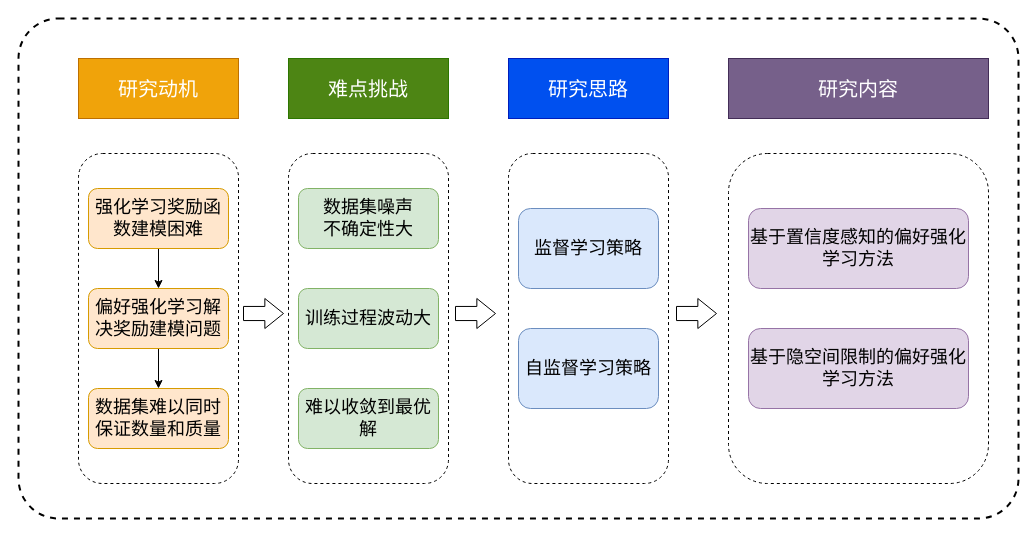
The draw.io diagram 研究过程关系图.drawio in gyh-ustc/Graduation-Dissertation, before the edit. Source tidied: cells renumbered, new cells numbered last; positions are measured from the earlier drawing's top-left corner, leaving out a move shared by most shapes. Both pictures are drawn from the tidied source at 100%, with x=0, y=0 at pixel (18, 18).
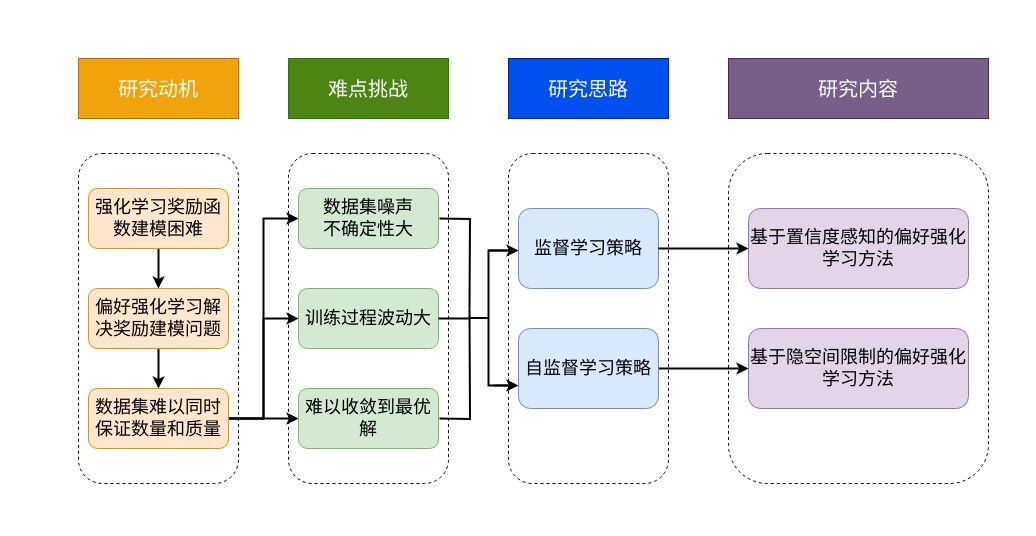
The same diagram, later.

Commit message:
更新研究过程关系图.drawio

Unchanged cells that the change refers to:
```xml
<mxCell id="12" value="&lt;font style=&quot;font-size: 18px;&quot;&gt;强化学习奖励函数建模困难&lt;/font&gt;" style="rounded=1;whiteSpace=wrap;html=1;fillColor=#ffe6cc;strokeColor=#d79b00;" parent="1" vertex="1">
  <mxGeometry x="70" y="170" width="140" height="60" as="geometry" />
</mxCell>
<mxCell id="14" value="&lt;font style=&quot;font-size: 18px;&quot;&gt;偏好强化学习解决奖励建模问题&lt;/font&gt;" style="rounded=1;whiteSpace=wrap;html=1;fillColor=#ffe6cc;strokeColor=#d79b00;" parent="1" vertex="1">
  <mxGeometry x="70" y="270" width="140" height="60" as="geometry" />
</mxCell>
<mxCell id="15" value="&lt;font style=&quot;font-size: 18px;&quot;&gt;数据集难以同时保证数量和质量&lt;/font&gt;" style="rounded=1;whiteSpace=wrap;html=1;fillColor=#ffe6cc;strokeColor=#d79b00;" parent="1" vertex="1">
  <mxGeometry x="70" y="370" width="140" height="60" as="geometry" />
</mxCell>
<mxCell id="16" value="&lt;font style=&quot;font-size: 18px;&quot;&gt;数据集噪声&lt;br&gt;不确定性大&lt;/font&gt;" style="rounded=1;whiteSpace=wrap;html=1;fillColor=#d5e8d4;strokeColor=#82b366;" parent="1" vertex="1">
  <mxGeometry x="280" y="170" width="140" height="60" as="geometry" />
</mxCell>
<mxCell id="17" value="&lt;font style=&quot;font-size: 18px;&quot;&gt;训练过程波动大&lt;/font&gt;" style="rounded=1;whiteSpace=wrap;html=1;fillColor=#d5e8d4;strokeColor=#82b366;" parent="1" vertex="1">
  <mxGeometry x="280" y="270" width="140" height="60" as="geometry" />
</mxCell>
<mxCell id="18" value="&lt;span style=&quot;font-size: 18px;&quot;&gt;难以收敛到最优解&lt;/span&gt;" style="rounded=1;whiteSpace=wrap;html=1;fillColor=#d5e8d4;strokeColor=#82b366;" parent="1" vertex="1">
  <mxGeometry x="280" y="370" width="140" height="60" as="geometry" />
</mxCell>
<mxCell id="19" value="&lt;font style=&quot;font-size: 18px;&quot;&gt;监督学习策略&lt;/font&gt;" style="rounded=1;whiteSpace=wrap;html=1;fillColor=#dae8fc;strokeColor=#6c8ebf;" parent="1" vertex="1">
  <mxGeometry x="500" y="190" width="140" height="80" as="geometry" />
</mxCell>
<mxCell id="20" value="&lt;font style=&quot;font-size: 18px;&quot;&gt;基于置信度感知的偏好强化学习方法&lt;/font&gt;" style="rounded=1;whiteSpace=wrap;html=1;fillColor=#e1d5e7;strokeColor=#9673a6;" parent="1" vertex="1">
  <mxGeometry x="730" y="190" width="220" height="80" as="geometry" />
</mxCell>
<mxCell id="21" value="&lt;font style=&quot;font-size: 18px;&quot;&gt;基于隐空间限制的偏好强化学习方法&lt;/font&gt;" style="rounded=1;whiteSpace=wrap;html=1;fillColor=#e1d5e7;strokeColor=#9673a6;" parent="1" vertex="1">
  <mxGeometry x="730" y="310" width="220" height="80" as="geometry" />
</mxCell>
<mxCell id="22" value="&lt;font style=&quot;font-size: 18px;&quot;&gt;自监督学习策略&lt;/font&gt;" style="rounded=1;whiteSpace=wrap;html=1;fillColor=#dae8fc;strokeColor=#6c8ebf;" parent="1" vertex="1">
  <mxGeometry x="500" y="310" width="140" height="80" as="geometry" />
</mxCell>
```

What changed in the source:
```diff
@@
-    <mxCell id="2" style="rounded=1;whiteSpace=wrap;html=1;dashed=1;strokeWidth=2;arcSize=8;" parent="1" vertex="1">
-      <mxGeometry width="1000" height="500" as="geometry" />
-    </mxCell>
+    <mxCell id="4" style="rounded=1;whiteSpace=wrap;html=1;dashed=1;" parent="1" vertex="1">
+      <mxGeometry x="490" y="135" width="160" height="330" as="geometry" />
+    </mxCell>
+    <mxCell id="26" style="strokeWidth=2;html=1;shape=mxgraph.flowchart.annotation_2;align=left;labelPosition=right;" parent="1" vertex="1">
+      <mxGeometry x="450" y="232" width="40" height="135" as="geometry" />
+    </mxCell>
@@
-    <mxCell id="4" style="rounded=1;whiteSpace=wrap;html=1;dashed=1;" parent="1" vertex="1">
-      <mxGeometry x="490" y="135" width="160" height="330" as="geometry" />
-    </mxCell>
@@
-    <mxCell id="11" style="edgeStyle=orthogonalEdgeStyle;rounded=0;jettySize=auto;html=1;exitX=0.5;exitY=1;exitDx=0;exitDy=0;entryX=0.5;entryY=0;entryDx=0;entryDy=0;" parent="1" edge="1" source="12" target="14">
+    <mxCell id="11" style="edgeStyle=orthogonalEdgeStyle;rounded=0;jettySize=auto;html=1;exitX=0.5;exitY=1;exitDx=0;exitDy=0;entryX=0.5;entryY=0;entryDx=0;entryDy=0;strokeWidth=2;" parent="1" edge="1" source="12" target="14">
       <mxGeometry relative="1" as="geometry" />
     </mxCell>
@@
-    <mxCell id="13" style="edgeStyle=orthogonalEdgeStyle;rounded=0;jettySize=auto;html=1;exitX=0.5;exitY=1;exitDx=0;exitDy=0;entryX=0.5;entryY=0;entryDx=0;entryDy=0;" parent="1" edge="1" source="14" target="15">
+    <mxCell id="13" style="edgeStyle=orthogonalEdgeStyle;rounded=0;jettySize=auto;html=1;exitX=0.5;exitY=1;exitDx=0;exitDy=0;entryX=0.5;entryY=0;entryDx=0;entryDy=0;strokeWidth=2;" parent="1" edge="1" source="14" target="15">
       <mxGeometry relative="1" as="geometry" />
     </mxCell>
@@
+    <mxCell id="27" style="edgeStyle=orthogonalEdgeStyle;rounded=0;jettySize=auto;html=1;exitX=1;exitY=0.5;exitDx=0;exitDy=0;entryX=0;entryY=0.5;entryDx=0;entryDy=0;strokeWidth=2;" parent="1" edge="1" source="15" target="16">
+      <mxGeometry relative="1" as="geometry" />
+    </mxCell>
+    <mxCell id="28" style="edgeStyle=orthogonalEdgeStyle;rounded=0;jettySize=auto;html=1;exitX=1;exitY=0.5;exitDx=0;exitDy=0;entryX=0;entryY=0.5;entryDx=0;entryDy=0;strokeWidth=2;" parent="1" edge="1" source="15" target="17">
+      <mxGeometry relative="1" as="geometry" />
+    </mxCell>
+    <mxCell id="29" style="edgeStyle=orthogonalEdgeStyle;rounded=0;jettySize=auto;html=1;exitX=1;exitY=0.5;exitDx=0;exitDy=0;entryX=0;entryY=0.5;entryDx=0;entryDy=0;strokeWidth=2;" parent="1" edge="1" source="15" target="18">
+      <mxGeometry relative="1" as="geometry" />
+    </mxCell>
@@
+    <mxCell id="30" style="edgeStyle=orthogonalEdgeStyle;rounded=0;jettySize=auto;html=1;exitX=1;exitY=0.5;exitDx=0;exitDy=0;entryX=0;entryY=0.5;entryDx=0;entryDy=0;strokeWidth=2;" parent="1" edge="1" source="22" target="21">
+      <mxGeometry relative="1" as="geometry" />
+    </mxCell>
@@
-    <mxCell id="23" style="shape=singleArrow;whiteSpace=wrap;html=1;arrowWidth=0.47058919270833144;arrowSize=0.46617575252757176;strokeColor=light-dark(#000000, #005171);" parent="1" vertex="1">
-      <mxGeometry x="225" y="280" width="40" height="30" as="geometry" />
-    </mxCell>
-    <mxCell id="24" style="shape=singleArrow;whiteSpace=wrap;html=1;arrowWidth=0.47058919270833144;arrowSize=0.46617575252757176;" parent="1" vertex="1">
-      <mxGeometry x="437" y="280" width="40" height="30" as="geometry" />
-    </mxCell>
-    <mxCell id="25" style="shape=singleArrow;whiteSpace=wrap;html=1;arrowWidth=0.47058919270833144;arrowSize=0.46617575252757176;" parent="1" vertex="1">
-      <mxGeometry x="658" y="280" width="40" height="30" as="geometry" />
-    </mxCell>
+    <mxCell id="31" style="endArrow=classic;html=1;rounded=0;entryX=0;entryY=0.5;entryDx=0;entryDy=0;exitX=1;exitY=0.5;exitDx=0;exitDy=0;strokeWidth=2;" parent="1" edge="1" source="19" target="20">
+      <mxGeometry relative="1" as="geometry" />
+    </mxCell>
+    <mxCell id="32" style="edgeStyle=orthogonalEdgeStyle;rounded=0;orthogonalLoop=1;jettySize=auto;html=1;exitX=1;exitY=0.5;exitDx=0;exitDy=0;entryX=0;entryY=0.5;entryDx=0;entryDy=0;entryPerimeter=0;strokeColor=default;endArrow=none;startFill=0;strokeWidth=2;" parent="1" edge="1">
+      <mxGeometry relative="1" as="geometry">
+        <mxPoint x="421" y="200" as="sourcePoint" />
+        <mxPoint x="451" y="290" as="targetPoint" />
+      </mxGeometry>
+    </mxCell>
+    <mxCell id="33" style="edgeStyle=orthogonalEdgeStyle;rounded=0;orthogonalLoop=1;jettySize=auto;html=1;exitX=1;exitY=0.5;exitDx=0;exitDy=0;entryX=0;entryY=0.5;entryDx=0;entryDy=0;entryPerimeter=0;endArrow=none;startFill=0;strokeWidth=2;" parent="1" edge="1">
+      <mxGeometry relative="1" as="geometry">
+        <mxPoint x="421" y="400" as="sourcePoint" />
+        <mxPoint x="451" y="290" as="targetPoint" />
+      </mxGeometry>
+    </mxCell>
+    <mxCell id="34" style="edgeStyle=orthogonalEdgeStyle;rounded=0;jettySize=auto;html=1;exitX=1;exitY=0.5;exitDx=0;exitDy=0;entryX=0;entryY=0.5;entryDx=0;entryDy=0;entryPerimeter=0;endArrow=none;startFill=0;strokeWidth=2;" parent="1" edge="1" source="17" target="26">
+      <mxGeometry relative="1" as="geometry" />
+    </mxCell>
+    <mxCell id="35" style="endArrow=classic;html=1;rounded=0;exitX=0.5;exitY=0;exitDx=0;exitDy=0;exitPerimeter=0;strokeWidth=2;" parent="1" edge="1" source="26">
+      <mxGeometry relative="1" as="geometry">
+        <mxPoint x="500" y="232" as="targetPoint" />
+      </mxGeometry>
+    </mxCell>
+    <mxCell id="36" style="endArrow=classic;html=1;rounded=0;exitX=0.5;exitY=0;exitDx=0;exitDy=0;exitPerimeter=0;strokeWidth=2;" parent="1" edge="1">
+      <mxGeometry relative="1" as="geometry">
+        <mxPoint x="475" y="367" as="sourcePoint" />
+        <mxPoint x="500" y="367" as="targetPoint" />
+      </mxGeometry>
+    </mxCell>
```
